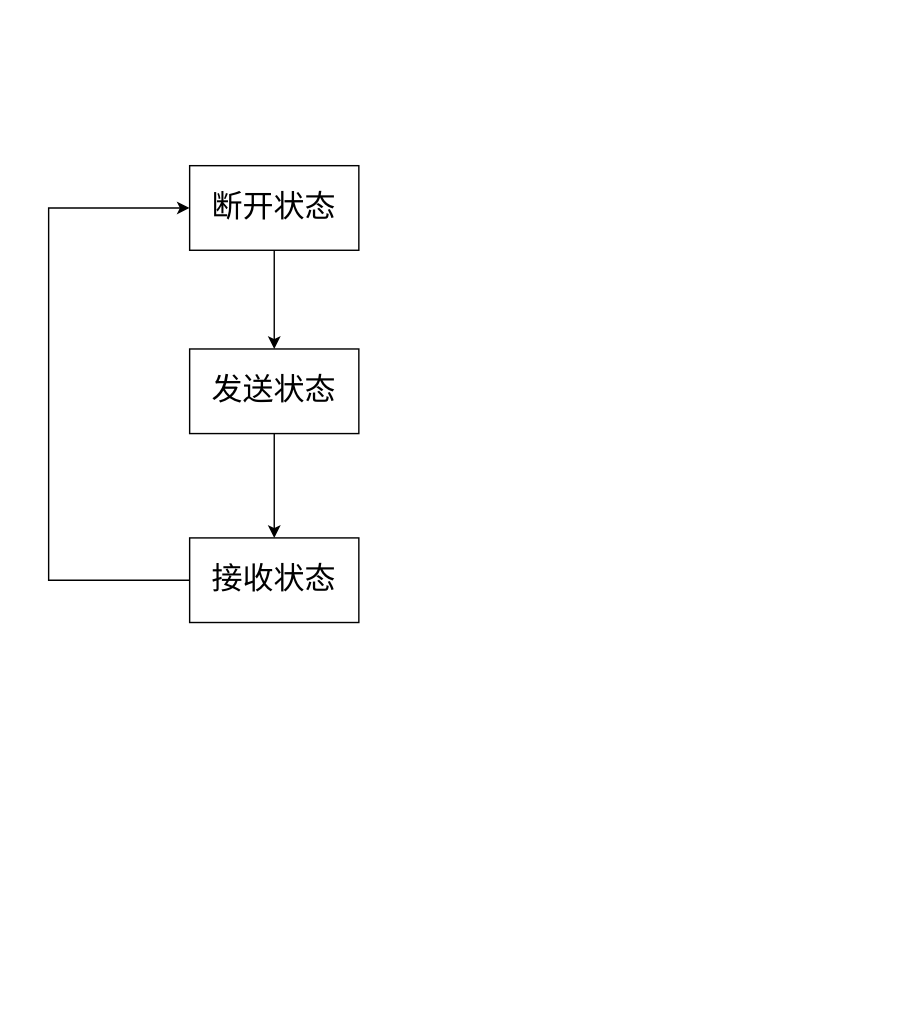
Above: 未命名绘图.drawio in lituo666/uart-STC8F (draw.io), before the change. Source tidied: cells renumbered, new cells numbered last; positions are measured from the earlier drawing's top-left corner, leaving out a move shared by most shapes. Both pictures are drawn from the tidied source at 141%, with x=0, y=0 at pixel (48, 165).
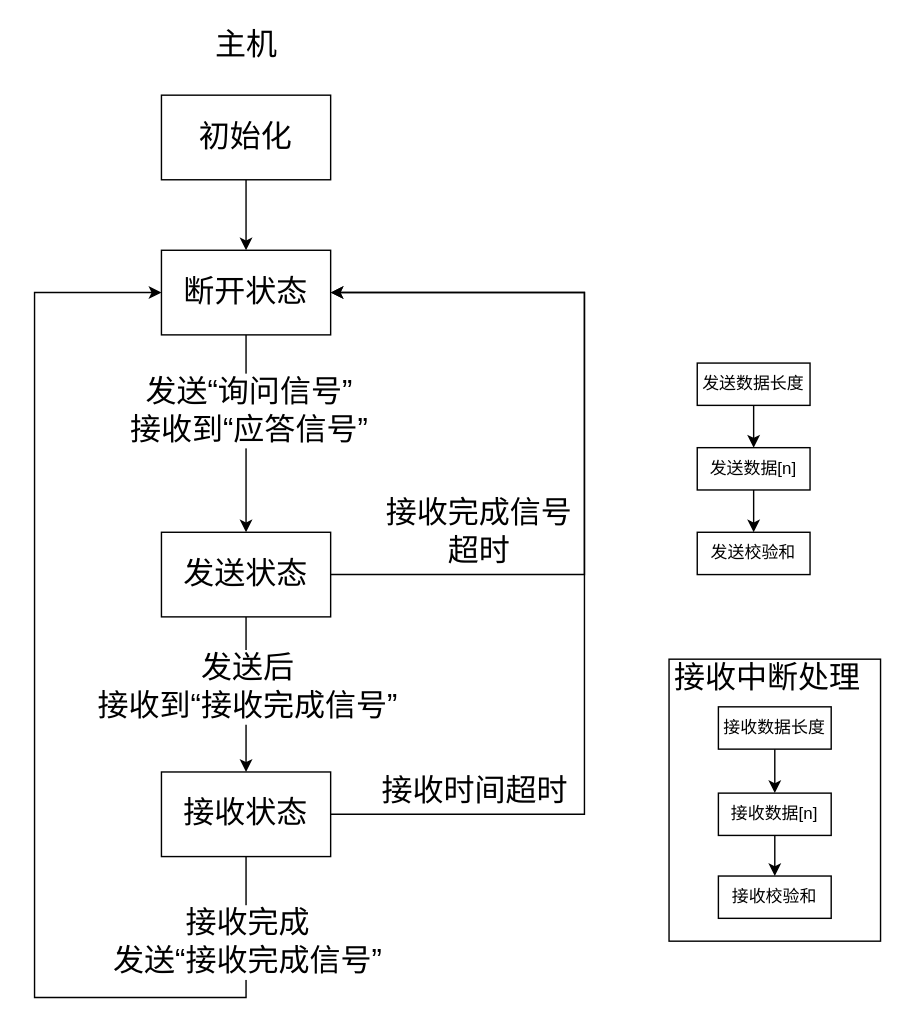
The same diagram, later.

Commit message (it also covers changes not shown here):
更新未命名绘图.drawio

The change refers to these unchanged cells:
```xml
<mxCell id="2" style="edgeStyle=orthogonalEdgeStyle;rounded=0;jettySize=auto;html=1;exitX=0.5;exitY=1;exitDx=0;exitDy=0;entryX=0.5;entryY=0;entryDx=0;entryDy=0;" parent="1" edge="1" source="3" target="5">
  <mxGeometry relative="1" as="geometry" />
</mxCell>
<mxCell id="4" style="edgeStyle=orthogonalEdgeStyle;rounded=0;jettySize=auto;html=1;" parent="1" edge="1" source="5" target="7">
  <mxGeometry relative="1" as="geometry" />
</mxCell>
```

The edit, as a diff of the source:
```diff
@@
+    <mxCell id="8" style="rounded=0;whiteSpace=wrap;html=1;fontSize=22;labelBackgroundColor=none;fillColor=none;" parent="1" vertex="1">
+      <mxGeometry x="440" y="350" width="150" height="200" as="geometry" />
+    </mxCell>
@@
+    <mxCell id="9" value="发送“询问信号”&lt;br&gt;接收到“应答信号”" style="edgeLabel;html=1;align=center;verticalAlign=middle;fontSize=22;" parent="2" vertex="1">
+      <mxGeometry x="-0.24" y="1" relative="1" as="geometry" />
+    </mxCell>
     <mxCell id="3" value="断开状态" style="rounded=0;whiteSpace=wrap;html=1;fontSize=22;" parent="1" vertex="1">
-      <mxGeometry x="100" width="120" height="60" as="geometry" />
+      <mxGeometry x="80" y="60" width="120" height="60" as="geometry" />
     </mxCell>
@@
+    <mxCell id="10" value="发送后&lt;br&gt;接收到“接收完成信号”" style="edgeLabel;html=1;align=center;verticalAlign=middle;fontSize=22;" parent="4" vertex="1">
+      <mxGeometry x="-0.21" relative="1" as="geometry">
+        <mxPoint y="6.5" as="offset" />
+      </mxGeometry>
+    </mxCell>
+    <mxCell id="11" style="edgeStyle=orthogonalEdgeStyle;rounded=0;jettySize=auto;html=1;exitX=1;exitY=0.5;exitDx=0;exitDy=0;entryX=1;entryY=0.5;entryDx=0;entryDy=0;fontSize=22;" parent="1" edge="1" source="5" target="3">
+      <mxGeometry relative="1" as="geometry">
+        <Array as="points">
+          <mxPoint x="380" y="290" />
+          <mxPoint x="380" y="90" />
+        </Array>
+      </mxGeometry>
+    </mxCell>
     <mxCell id="5" value="发送状态" style="rounded=0;whiteSpace=wrap;html=1;fontSize=22;" parent="1" vertex="1">
-      <mxGeometry x="100" y="130" width="120" height="60" as="geometry" />
+      <mxGeometry x="80" y="260" width="120" height="60" as="geometry" />
     </mxCell>
-    <mxCell id="6" style="edgeStyle=orthogonalEdgeStyle;rounded=0;jettySize=auto;html=1;entryX=0;entryY=0.5;entryDx=0;entryDy=0;fontSize=22;" parent="1" edge="1" source="7" target="3">
-      <mxGeometry relative="1" as="geometry">
-        <Array as="points">
-          <mxPoint y="294" />
-          <mxPoint y="30" />
-        </Array>
-      </mxGeometry>
-    </mxCell>
+    <mxCell id="12" style="edgeStyle=orthogonalEdgeStyle;rounded=0;jettySize=auto;html=1;exitX=0.5;exitY=1;exitDx=0;exitDy=0;fontSize=22;entryX=0;entryY=0.5;entryDx=0;entryDy=0;" parent="1" edge="1" source="7" target="3">
+      <mxGeometry relative="1" as="geometry">
+        <Array as="points">
+          <mxPoint x="140" y="590" />
+          <mxPoint x="-10" y="590" />
+          <mxPoint x="-10" y="90" />
+        </Array>
+      </mxGeometry>
+    </mxCell>
+    <mxCell id="13" value="接收完成&lt;br&gt;发送“接收完成信号”" style="edgeLabel;html=1;align=center;verticalAlign=middle;fontSize=22;" parent="12" vertex="1">
+      <mxGeometry x="-0.94" y="2" relative="1" as="geometry">
+        <mxPoint x="-2" y="35.2" as="offset" />
+      </mxGeometry>
+    </mxCell>
+    <mxCell id="14" style="edgeStyle=orthogonalEdgeStyle;rounded=0;jettySize=auto;html=1;exitX=1;exitY=0.5;exitDx=0;exitDy=0;entryX=1;entryY=0.5;entryDx=0;entryDy=0;fontSize=22;" parent="1" edge="1" source="7" target="3">
+      <mxGeometry relative="1" as="geometry">
+        <Array as="points">
+          <mxPoint x="380" y="460" />
+          <mxPoint x="380" y="90" />
+        </Array>
+      </mxGeometry>
+    </mxCell>
+    <mxCell id="15" value="接收时间超时" style="edgeLabel;html=1;align=center;verticalAlign=middle;fontSize=22;" parent="14" vertex="1">
+      <mxGeometry x="-0.65" y="-4" relative="1" as="geometry">
+        <mxPoint x="-27" y="-20.2" as="offset" />
+      </mxGeometry>
+    </mxCell>
     <mxCell id="7" value="接收状态" style="rounded=0;whiteSpace=wrap;html=1;fontSize=22;" parent="1" vertex="1">
-      <mxGeometry x="100" y="264" width="120" height="60" as="geometry" />
+      <mxGeometry x="80" y="430" width="120" height="60" as="geometry" />
     </mxCell>
+    <mxCell id="16" style="edgeStyle=orthogonalEdgeStyle;rounded=0;jettySize=auto;html=1;" parent="1" edge="1" source="17" target="19">
+      <mxGeometry relative="1" as="geometry" />
+    </mxCell>
+    <mxCell id="17" value="发送数据长度" style="whiteSpace=wrap;html=1;rounded=0;" parent="1" vertex="1">
+      <mxGeometry x="460" y="140" width="80" height="30" as="geometry" />
+    </mxCell>
+    <mxCell id="18" style="edgeStyle=orthogonalEdgeStyle;rounded=0;jettySize=auto;html=1;" parent="1" edge="1" source="19" target="20">
+      <mxGeometry relative="1" as="geometry" />
+    </mxCell>
+    <mxCell id="19" value="发送数据[n]" style="whiteSpace=wrap;html=1;rounded=0;" parent="1" vertex="1">
+      <mxGeometry x="460" y="200" width="80" height="30" as="geometry" />
+    </mxCell>
+    <mxCell id="20" value="发送校验和" style="whiteSpace=wrap;html=1;rounded=0;" parent="1" vertex="1">
+      <mxGeometry x="460" y="260" width="80" height="30" as="geometry" />
+    </mxCell>
+    <mxCell id="21" style="edgeStyle=orthogonalEdgeStyle;rounded=0;jettySize=auto;html=1;" parent="1" edge="1" source="22" target="24">
+      <mxGeometry relative="1" as="geometry" />
+    </mxCell>
+    <mxCell id="22" value="接收数据长度" style="whiteSpace=wrap;html=1;rounded=0;" parent="1" vertex="1">
+      <mxGeometry x="475" y="383.8" width="80" height="30" as="geometry" />
+    </mxCell>
+    <mxCell id="23" style="edgeStyle=orthogonalEdgeStyle;rounded=0;jettySize=auto;html=1;" parent="1" edge="1" source="24" target="25">
+      <mxGeometry relative="1" as="geometry" />
+    </mxCell>
+    <mxCell id="24" value="接收数据[n]" style="whiteSpace=wrap;html=1;rounded=0;" parent="1" vertex="1">
+      <mxGeometry x="475" y="445" width="80" height="30" as="geometry" />
+    </mxCell>
+    <mxCell id="25" value="接收校验和" style="whiteSpace=wrap;html=1;rounded=0;" parent="1" vertex="1">
+      <mxGeometry x="475" y="503.8" width="80" height="30" as="geometry" />
+    </mxCell>
+    <mxCell id="26" value="接收中断处理" style="text;html=1;strokeColor=none;fillColor=none;align=center;verticalAlign=middle;whiteSpace=wrap;rounded=0;labelBackgroundColor=none;fontSize=22;" parent="1" vertex="1">
+      <mxGeometry x="440" y="354" width="140" height="20" as="geometry" />
+    </mxCell>
+    <mxCell id="27" value="主机" style="text;html=1;align=center;verticalAlign=middle;fontSize=22;" parent="1" vertex="1">
+      <mxGeometry x="110" y="-100" width="60" height="30" as="geometry" />
+    </mxCell>
+    <mxCell id="28" style="edgeStyle=orthogonalEdgeStyle;rounded=0;jettySize=auto;html=1;fontSize=22;" parent="1" edge="1" source="29" target="3">
+      <mxGeometry relative="1" as="geometry" />
+    </mxCell>
+    <mxCell id="29" value="初始化" style="rounded=0;whiteSpace=wrap;html=1;fontSize=22;" parent="1" vertex="1">
+      <mxGeometry x="80" y="-50" width="120" height="60" as="geometry" />
+    </mxCell>
+    <mxCell id="30" value="接收完成信号&lt;br&gt;超时" style="text;html=1;align=center;verticalAlign=middle;fontSize=22;" parent="1" vertex="1">
+      <mxGeometry x="230" y="230" width="150" height="60" as="geometry" />
+    </mxCell>
```
